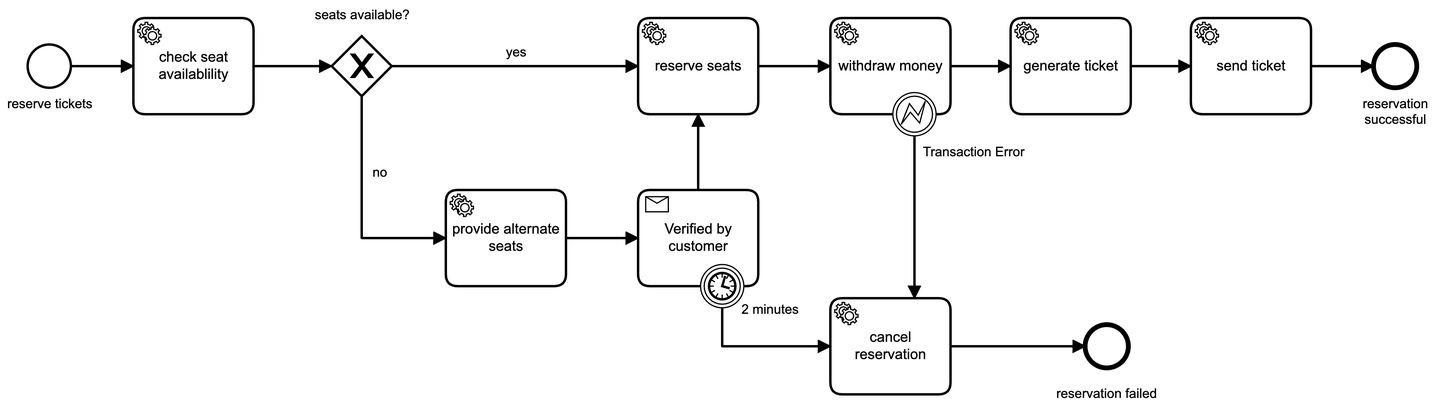
NovatecConsulting/camunda-platform-8-cinema-micronaut keeps this BPMN diagram as src/main/resources/reserve-tickets.png. Above is the earlier version. Its source is kept beside it as src/main/resources/reserve-tickets.bpmn. Ids are renumbered.
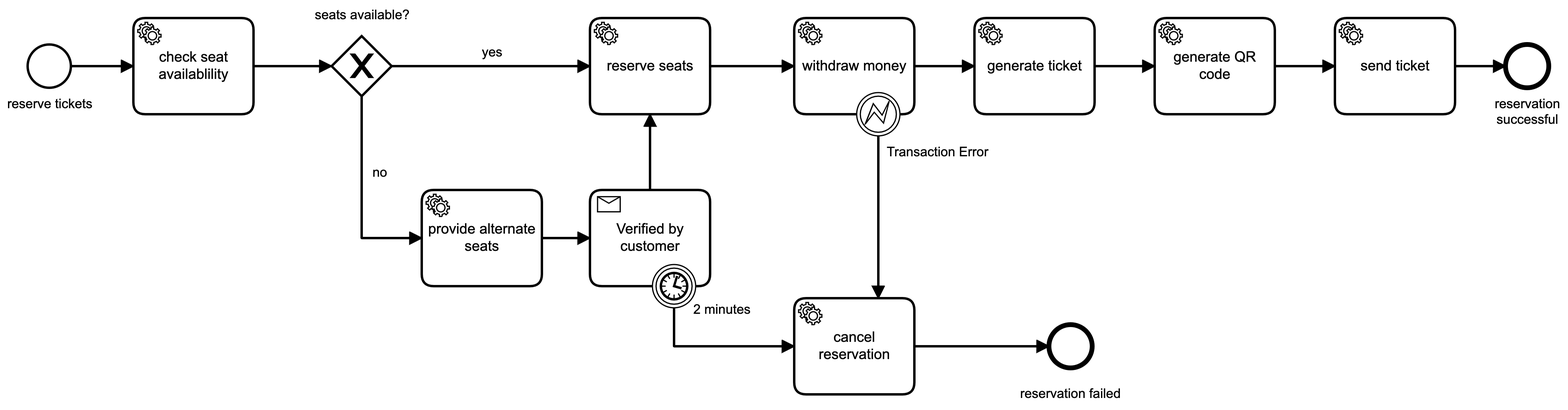
Later version of the same file.

Commit message:
update process model

Change to the diagram source:
```diff
@@ -114,55 +114,55 @@
   <bpmndi:BPMNDiagram id="BPMNDiagram_1">
     <bpmndi:BPMNPlane id="BPMNPlane_1" bpmnElement="bpmn-cinema-ticket-reservation">
       <bpmndi:BPMNEdge id="Flow_n16_di" bpmnElement="Flow_n16">
-        <di:waypoint x="1420" y="127" />
-        <di:waypoint x="1472" y="127" />
+        <di:waypoint x="1360" y="127" />
+        <di:waypoint x="1402" y="127" />
       </bpmndi:BPMNEdge>
       <bpmndi:BPMNEdge id="Flow_n14_di" bpmnElement="Flow_n14">
-        <di:waypoint x="1090" y="127" />
-        <di:waypoint x="1160" y="127" />
+        <di:waypoint x="1060" y="127" />
+        <di:waypoint x="1110" y="127" />
       </bpmndi:BPMNEdge>
       <bpmndi:BPMNEdge id="Flow_n26_di" bpmnElement="Flow_n26">
-        <di:waypoint x="910" y="185" />
-        <di:waypoint x="910" y="320" />
+        <di:waypoint x="880" y="185" />
+        <di:waypoint x="880" y="320" />
       </bpmndi:BPMNEdge>
       <bpmndi:BPMNEdge id="Flow_n9_di" bpmnElement="Flow_n9">
-        <di:waypoint x="730" y="230" />
-        <di:waypoint x="730" y="167" />
+        <di:waypoint x="690" y="230" />
+        <di:waypoint x="690" y="167" />
       </bpmndi:BPMNEdge>
       <bpmndi:BPMNEdge id="Flow_n18_di" bpmnElement="Flow_n18">
-        <di:waypoint x="620" y="270" />
-        <di:waypoint x="680" y="270" />
+        <di:waypoint x="600" y="270" />
+        <di:waypoint x="640" y="270" />
       </bpmndi:BPMNEdge>
       <bpmndi:BPMNEdge id="Flow_n25_di" bpmnElement="Flow_n25">
-        <di:waypoint x="940" y="360" />
-        <di:waypoint x="1052" y="360" />
+        <di:waypoint x="910" y="360" />
+        <di:waypoint x="1022" y="360" />
       </bpmndi:BPMNEdge>
       <bpmndi:BPMNEdge id="Flow_n21_di" bpmnElement="Flow_n21">
-        <di:waypoint x="750" y="328" />
-        <di:waypoint x="750" y="360" />
-        <di:waypoint x="840" y="360" />
+        <di:waypoint x="710" y="328" />
+        <di:waypoint x="710" y="360" />
+        <di:waypoint x="810" y="360" />
       </bpmndi:BPMNEdge>
       <bpmndi:BPMNEdge id="Flow_n7_di" bpmnElement="Flow_n7">
         <di:waypoint x="450" y="152" />
         <di:waypoint x="450" y="270" />
-        <di:waypoint x="520" y="270" />
+        <di:waypoint x="500" y="270" />
         <bpmndi:BPMNLabel>
           <dc:Bounds x="459" y="209" width="13" height="14" />
         </bpmndi:BPMNLabel>
       </bpmndi:BPMNEdge>
       <bpmndi:BPMNEdge id="Flow_n12_di" bpmnElement="Flow_n12">
-        <di:waypoint x="940" y="127" />
-        <di:waypoint x="990" y="127" />
+        <di:waypoint x="910" y="127" />
+        <di:waypoint x="960" y="127" />
       </bpmndi:BPMNEdge>
       <bpmndi:BPMNEdge id="Flow_n10_di" bpmnElement="Flow_n10">
-        <di:waypoint x="780" y="127" />
-        <di:waypoint x="840" y="127" />
+        <di:waypoint x="740" y="127" />
+        <di:waypoint x="810" y="127" />
       </bpmndi:BPMNEdge>
       <bpmndi:BPMNEdge id="Flow_n6_di" bpmnElement="Flow_n6">
         <di:waypoint x="475" y="127" />
-        <di:waypoint x="680" y="127" />
+        <di:waypoint x="640" y="127" />
         <bpmndi:BPMNLabel>
-          <dc:Bounds x="570" y="109" width="18" height="14" />
+          <dc:Bounds x="550" y="109" width="18" height="14" />
         </bpmndi:BPMNLabel>
       </bpmndi:BPMNEdge>
       <bpmndi:BPMNEdge id="Flow_n4_di" bpmnElement="Flow_n4">
@@ -174,8 +174,8 @@
         <di:waypoint x="260" y="127" />
       </bpmndi:BPMNEdge>
       <bpmndi:BPMNEdge id="Flow_n33_di" bpmnElement="Flow_n33">
+        <di:waypoint x="1210" y="127" />
         <di:waypoint x="1260" y="127" />
-        <di:waypoint x="1320" y="127" />
       </bpmndi:BPMNEdge>
       <bpmndi:BPMNShape id="_BPMNShape_StartEvent_2" bpmnElement="StartEvent_1">
         <dc:Bounds x="172" y="109" width="36" height="36" />
@@ -192,52 +192,52 @@
           <dc:Bounds x="411" y="78" width="79" height="14" />
         </bpmndi:BPMNLabel>
       </bpmndi:BPMNShape>
+      <bpmndi:BPMNShape id="Activity_1kvbozj_di" bpmnElement="Activity_n17">
+        <dc:Bounds x="500" y="230" width="100" height="80" />
+      </bpmndi:BPMNShape>
+      <bpmndi:BPMNShape id="Activity_0swqpfl_di" bpmnElement="Activity_n20">
+        <dc:Bounds x="640" y="230" width="100" height="80" />
+      </bpmndi:BPMNShape>
       <bpmndi:BPMNShape id="Activity_0d0eti9_di" bpmnElement="Activity_n8">
-        <dc:Bounds x="680" y="87" width="100" height="80" />
+        <dc:Bounds x="640" y="87" width="100" height="80" />
       </bpmndi:BPMNShape>
       <bpmndi:BPMNShape id="Activity_0mc27e1_di" bpmnElement="Activity_n11">
-        <dc:Bounds x="840" y="87" width="100" height="80" />
+        <dc:Bounds x="810" y="87" width="100" height="80" />
       </bpmndi:BPMNShape>
       <bpmndi:BPMNShape id="Activity_1qo949b_di" bpmnElement="Activity_n13">
-        <dc:Bounds x="990" y="87" width="100" height="80" />
-      </bpmndi:BPMNShape>
-      <bpmndi:BPMNShape id="Activity_1kvbozj_di" bpmnElement="Activity_n17">
-        <dc:Bounds x="520" y="230" width="100" height="80" />
+        <dc:Bounds x="960" y="87" width="100" height="80" />
       </bpmndi:BPMNShape>
       <bpmndi:BPMNShape id="Event_n24_di" bpmnElement="Event_n24">
-        <dc:Bounds x="1052" y="342" width="36" height="36" />
+        <dc:Bounds x="1022" y="342" width="36" height="36" />
         <bpmndi:BPMNLabel>
-          <dc:Bounds x="1028" y="393" width="84" height="14" />
+          <dc:Bounds x="998" y="393" width="84" height="14" />
         </bpmndi:BPMNLabel>
       </bpmndi:BPMNShape>
       <bpmndi:BPMNShape id="Activity_01gf86j_di" bpmnElement="Activity_n23">
-        <dc:Bounds x="840" y="320" width="100" height="80" />
+        <dc:Bounds x="810" y="320" width="100" height="80" />
       </bpmndi:BPMNShape>
-      <bpmndi:BPMNShape id="Activity_0swqpfl_di" bpmnElement="Activity_n20">
-        <dc:Bounds x="680" y="230" width="100" height="80" />
+      <bpmndi:BPMNShape id="Activity_0lekkhg_di" bpmnElement="Activity_n31">
+        <dc:Bounds x="1110" y="87" width="100" height="80" />
+      </bpmndi:BPMNShape>
+      <bpmndi:BPMNShape id="Activity_1s6f5bk_di" bpmnElement="Activity_n32">
+        <dc:Bounds x="1260" y="87" width="100" height="80" />
       </bpmndi:BPMNShape>
       <bpmndi:BPMNShape id="Event_n15_di" bpmnElement="Event_n15">
-        <dc:Bounds x="1472" y="109" width="36" height="36" />
+        <dc:Bounds x="1402" y="109" width="36" height="36" />
         <bpmndi:BPMNLabel>
-          <dc:Bounds x="1463" y="152" width="55" height="27" />
-        </bpmndi:BPMNLabel>
-      </bpmndi:BPMNShape>
-      <bpmndi:BPMNShape id="Activity_1s6f5bk_di" bpmnElement="Activity_n32">
-        <dc:Bounds x="1320" y="87" width="100" height="80" />
-      </bpmndi:BPMNShape>
-      <bpmndi:BPMNShape id="Activity_0lekkhg_di" bpmnElement="Activity_n31">
-        <dc:Bounds x="1160" y="87" width="100" height="80" />
-      </bpmndi:BPMNShape>
-      <bpmndi:BPMNShape id="Event_04yoiv7_di" bpmnElement="Event_n28">
-        <dc:Bounds x="892" y="149" width="36" height="36" />
-        <bpmndi:BPMNLabel>
-          <dc:Bounds x="917" y="192" width="85" height="14" />
+          <dc:Bounds x="1393" y="152" width="55" height="27" />
         </bpmndi:BPMNLabel>
       </bpmndi:BPMNShape>
       <bpmndi:BPMNShape id="Event_0tik7f3_di" bpmnElement="Event_n19">
-        <dc:Bounds x="732" y="292" width="36" height="36" />
+        <dc:Bounds x="692" y="292" width="36" height="36" />
         <bpmndi:BPMNLabel>
-          <dc:Bounds x="766" y="323" width="48" height="14" />
+          <dc:Bounds x="726" y="323" width="48" height="14" />
+        </bpmndi:BPMNLabel>
+      </bpmndi:BPMNShape>
+      <bpmndi:BPMNShape id="Event_04yoiv7_di" bpmnElement="Event_n28">
+        <dc:Bounds x="862" y="149" width="36" height="36" />
+        <bpmndi:BPMNLabel>
+          <dc:Bounds x="887" y="192" width="85" height="14" />
         </bpmndi:BPMNLabel>
       </bpmndi:BPMNShape>
     </bpmndi:BPMNPlane>
```
